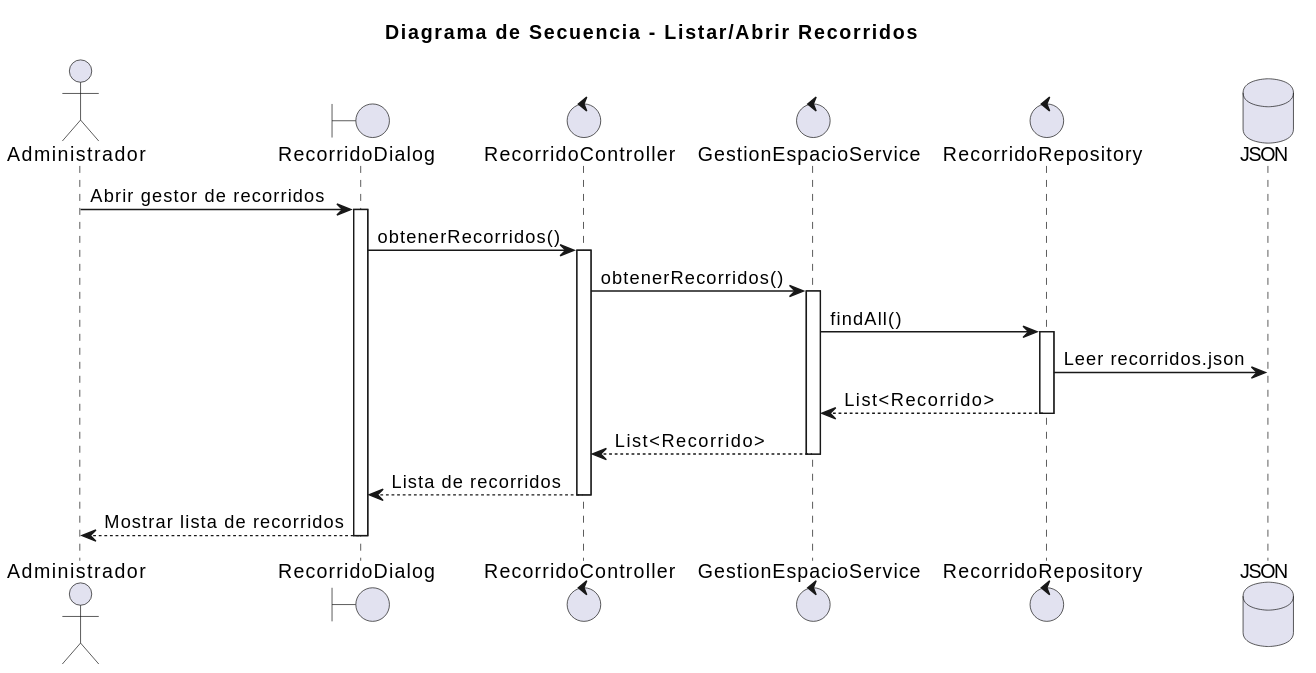
mmasias/25-26-idsw2-sdVC keeps this PlantUML diagram as images/02-diseño/00-Administrador/abrirRecorridos/abrirRecorridos.svg. Above is the earlier version.
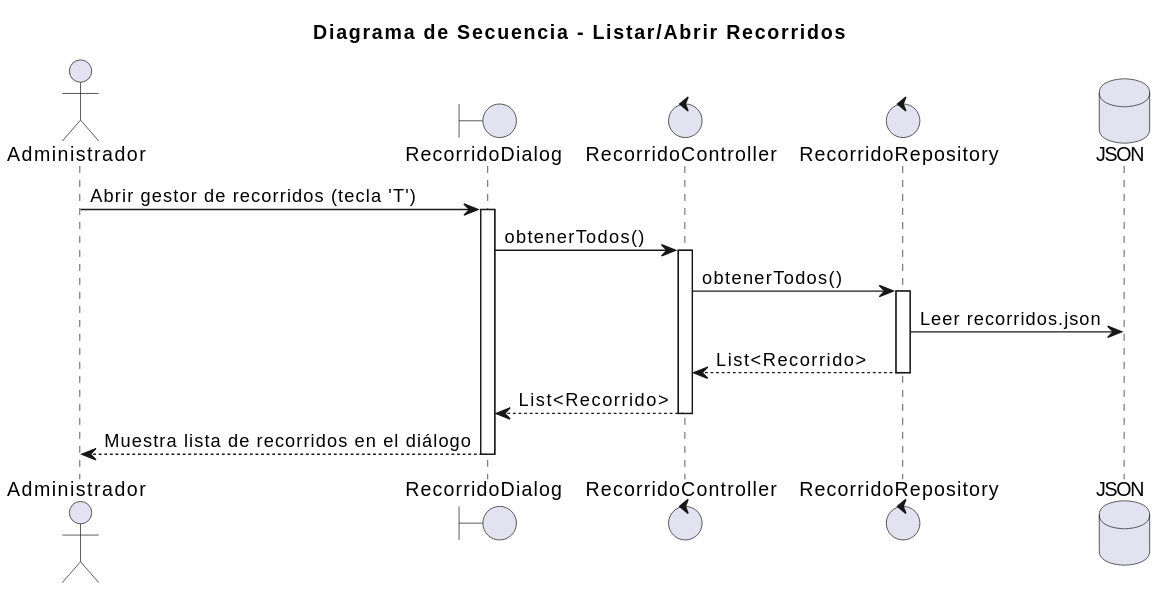
The same file after the commit.

Change to the diagram source:
```diff
@@ -4,25 +4,20 @@
 actor "Administrador" as admin
 boundary "RecorridoDialog" as view
 control "RecorridoController" as controller
-control "GestionEspacioService" as service
 control "RecorridoRepository" as repository
 database "JSON" as db
 
-admin -> view: Abrir gestor de recorridos
+admin -> view: Abrir gestor de recorridos (tecla 'T')
 activate view
-view -> controller: obtenerRecorridos()
+view -> controller: obtenerTodos()
 activate controller
-controller -> service: obtenerRecorridos()
-activate service
-service -> repository: findAll()
+controller -> repository: obtenerTodos()
 activate repository
 repository -> db: Leer recorridos.json
-repository --> service: List<Recorrido>
+repository --> controller: List<Recorrido>
 deactivate repository
-service --> controller: List<Recorrido>
-deactivate service
-controller --> view: Lista de recorridos
+controller --> view: List<Recorrido>
 deactivate controller
-view --> admin: Mostrar lista de recorridos
+view --> admin: Muestra lista de recorridos en el diálogo
 deactivate view
 @enduml
```
